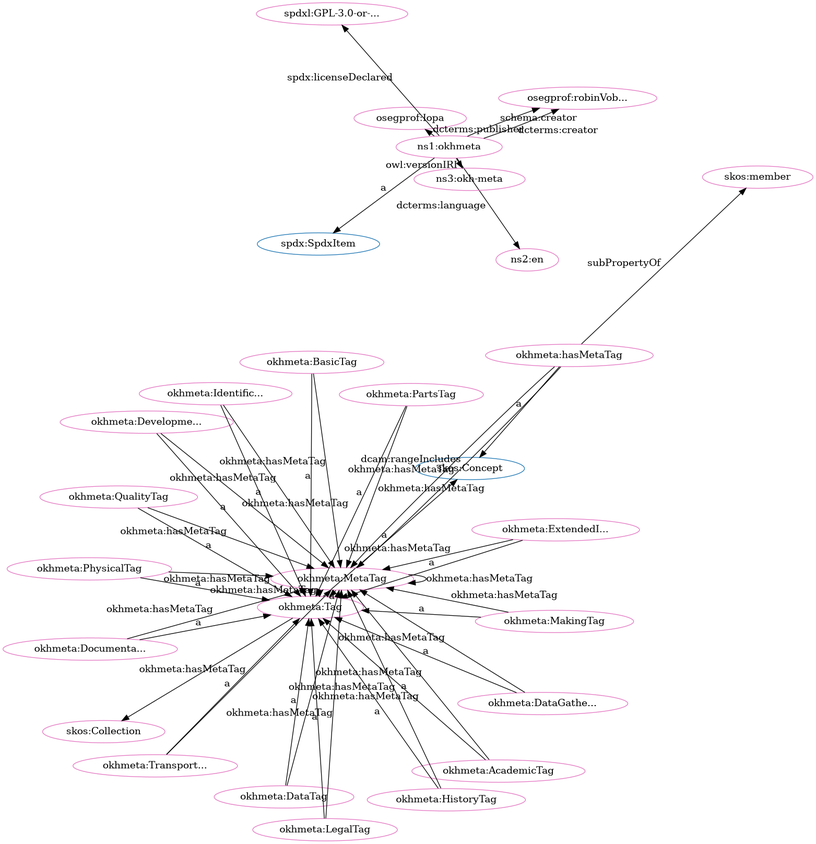
iop-alliance/OpenKnowHow keeps this Graphviz diagram as src/spec/fdp_okh-meta-clean.png. Above is the earlier version. Its source is kept beside it as src/spec/fdp_okh-meta-clean.dot.
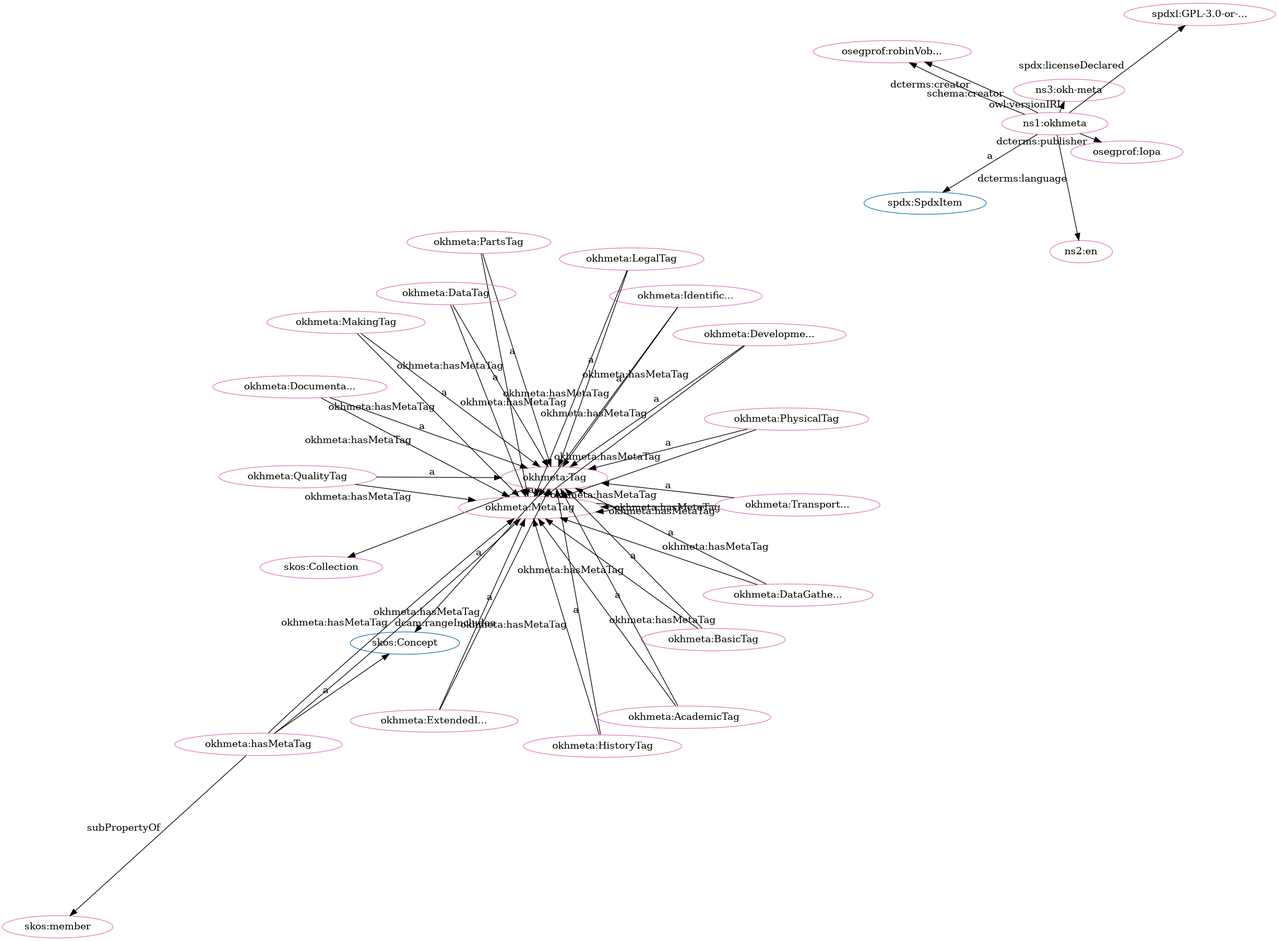
The same diagram one commit later.

The edit, as a diff of the source:
```diff
@@ -5,76 +5,76 @@
 "http://spdx.org/rdf/terms#SpdxItem" [fillcolor="#1f77b4" color="#1f77b4" label="spdx:SpdxItem"]
 "http://w3id.org/oseg/ont/okhmeta#Tag" [fillcolor="#1f77b4" color="#1f77b4" label="okhmeta:Tag"]
 "http://www.w3.org/2004/02/skos/core#Collection" [fillcolor="#1f77b4" color="#1f77b4" label="skos:Collection"]
+"http://www.w3.org/2004/02/skos/core#Collection" [fillcolor="#e377c2" color="#e377c2" label="skos:Collection"]
 "http://w3id.org/oseg/ont/okhmeta#MetaTag" [fillcolor="#e377c2" color="#e377c2" label="okhmeta:MetaTag"]
+"http://w3id.org/oseg/ont/okhmeta#HistoryTag" [fillcolor="#e377c2" color="#e377c2" label="okhmeta:HistoryTag"]
+"http://w3id.org/oseg/ont/okhmeta#hasMetaTag" [fillcolor="#e377c2" color="#e377c2" label="okhmeta:hasMetaTag"]
 "http://w3id.org/oseg/ont/okhmeta" [fillcolor="#e377c2" color="#e377c2" label="ns1:okhmeta"]
-"http://w3id.org/oseg/ont/okhmeta#hasMetaTag" [fillcolor="#e377c2" color="#e377c2" label="okhmeta:hasMetaTag"]
+"http://w3id.org/oseg/ont/okhmeta#MakingTag" [fillcolor="#e377c2" color="#e377c2" label="okhmeta:MakingTag"]
+"http://w3id.org/oseg/ont/okhmeta#PhysicalTag" [fillcolor="#e377c2" color="#e377c2" label="okhmeta:PhysicalTag"]
+"http://w3id.org/oseg/ont/okhmeta#PartsTag" [fillcolor="#e377c2" color="#e377c2" label="okhmeta:PartsTag"]
+"http://w3id.org/oseg/ont/okhmeta#QualityTag" [fillcolor="#e377c2" color="#e377c2" label="okhmeta:QualityTag"]
 "http://id.loc.gov/vocabulary/iso639-1/en" [fillcolor="#e377c2" color="#e377c2" label="ns2:en"]
+"http://w3id.org/oseg/ont/okhmeta#ExtendedInfoTag" [fillcolor="#e377c2" color="#e377c2" label="okhmeta:ExtendedI..."]
+"http://w3id.org/oseg/ont/okhmeta#IdentificationTag" [fillcolor="#e377c2" color="#e377c2" label="okhmeta:Identific..."]
+"http://w3id.org/oseg/ont/1.1.0/okh-meta" [fillcolor="#e377c2" color="#e377c2" label="ns3:okh-meta"]
+"http://w3id.org/oseg/ont/okhmeta#TransportationTag" [fillcolor="#e377c2" color="#e377c2" label="okhmeta:Transport..."]
+"http://w3id.org/oseg/ont/okhmeta#BasicTag" [fillcolor="#e377c2" color="#e377c2" label="okhmeta:BasicTag"]
 "http://w3id.org/oseg/ont/okhmeta#Tag" [fillcolor="#e377c2" color="#e377c2" label="okhmeta:Tag"]
+"http://w3id.org/oseg/ont/okhmeta#DocumentationTag" [fillcolor="#e377c2" color="#e377c2" label="okhmeta:Documenta..."]
+"http://w3id.org/oseg/ont/okhmeta#AcademicTag" [fillcolor="#e377c2" color="#e377c2" label="okhmeta:AcademicTag"]
+"http://spdx.org/licenses/GPL-3.0-or-later" [fillcolor="#e377c2" color="#e377c2" label="spdxl:GPL-3.0-or-..."]
+"http://w3id.org/oseg/ont/okhmeta#DataGatheringTag" [fillcolor="#e377c2" color="#e377c2" label="okhmeta:DataGathe..."]
+"http://w3id.org/oseg/ont/okhmeta#LegalTag" [fillcolor="#e377c2" color="#e377c2" label="okhmeta:LegalTag"]
+"http://w3id.org/oseg/ont/okhmeta#DataTag" [fillcolor="#e377c2" color="#e377c2" label="okhmeta:DataTag"]
+"http://w3id.org/oseg/ont/oseg-profiles#robinVobruba" [fillcolor="#e377c2" color="#e377c2" label="osegprof:robinVob..."]
 "http://w3id.org/oseg/ont/oseg-profiles#Iopa" [fillcolor="#e377c2" color="#e377c2" label="osegprof:Iopa"]
 "http://w3id.org/oseg/ont/okhmeta#DevelopmentTag" [fillcolor="#e377c2" color="#e377c2" label="okhmeta:Developme..."]
-"http://w3id.org/oseg/ont/okhmeta#PhysicalTag" [fillcolor="#e377c2" color="#e377c2" label="okhmeta:PhysicalTag"]
-"http://w3id.org/oseg/ont/okhmeta#AcademicTag" [fillcolor="#e377c2" color="#e377c2" label="okhmeta:AcademicTag"]
-"http://w3id.org/oseg/ont/okhmeta#TransportationTag" [fillcolor="#e377c2" color="#e377c2" label="okhmeta:Transport..."]
-"http://w3id.org/oseg/ont/oseg-profiles#robinVobruba" [fillcolor="#e377c2" color="#e377c2" label="osegprof:robinVob..."]
-"http://w3id.org/oseg/ont/okhmeta#DataTag" [fillcolor="#e377c2" color="#e377c2" label="okhmeta:DataTag"]
-"http://w3id.org/oseg/ont/okhmeta#MakingTag" [fillcolor="#e377c2" color="#e377c2" label="okhmeta:MakingTag"]
-"http://w3id.org/oseg/ont/okhmeta#IdentificationTag" [fillcolor="#e377c2" color="#e377c2" label="okhmeta:Identific..."]
 "http://www.w3.org/2004/02/skos/core#member" [fillcolor="#e377c2" color="#e377c2" label="skos:member"]
-"http://w3id.org/oseg/ont/okhmeta#DataGatheringTag" [fillcolor="#e377c2" color="#e377c2" label="okhmeta:DataGathe..."]
-"http://w3id.org/oseg/ont/okhmeta#QualityTag" [fillcolor="#e377c2" color="#e377c2" label="okhmeta:QualityTag"]
-"http://spdx.org/licenses/GPL-3.0-or-later" [fillcolor="#e377c2" color="#e377c2" label="spdxl:GPL-3.0-or-..."]
-"http://w3id.org/oseg/ont/okhmeta#HistoryTag" [fillcolor="#e377c2" color="#e377c2" label="okhmeta:HistoryTag"]
-"http://w3id.org/oseg/ont/okhmeta#LegalTag" [fillcolor="#e377c2" color="#e377c2" label="okhmeta:LegalTag"]
-"http://w3id.org/oseg/ont/okhmeta#ExtendedInfoTag" [fillcolor="#e377c2" color="#e377c2" label="okhmeta:ExtendedI..."]
-"http://w3id.org/oseg/ont/okhmeta#BasicTag" [fillcolor="#e377c2" color="#e377c2" label="okhmeta:BasicTag"]
-"http://w3id.org/oseg/ont/okhmeta#PartsTag" [fillcolor="#e377c2" color="#e377c2" label="okhmeta:PartsTag"]
-"http://www.w3.org/2004/02/skos/core#Collection" [fillcolor="#e377c2" color="#e377c2" label="skos:Collection"]
-"http://w3id.org/oseg/ont/okhmeta#DocumentationTag" [fillcolor="#e377c2" color="#e377c2" label="okhmeta:Documenta..."]
-"http://w3id.org/oseg/ont/1.1.0/okh-meta" [fillcolor="#e377c2" color="#e377c2" label="ns3:okh-meta"]
+  "http://w3id.org/oseg/ont/okhmeta#Tag" -> "http://www.w3.org/2004/02/skos/core#Collection" [label=""]
+  "http://w3id.org/oseg/ont/okhmeta#DocumentationTag" -> "http://w3id.org/oseg/ont/okhmeta#MetaTag" [label="okhmeta:hasMetaTag"]
+  "http://w3id.org/oseg/ont/okhmeta#HistoryTag" -> "http://w3id.org/oseg/ont/okhmeta#Tag" [label="a"]
+  "http://w3id.org/oseg/ont/okhmeta#QualityTag" -> "http://w3id.org/oseg/ont/okhmeta#MetaTag" [label="okhmeta:hasMetaTag"]
+  "http://w3id.org/oseg/ont/okhmeta#IdentificationTag" -> "http://w3id.org/oseg/ont/okhmeta#MetaTag" [label="okhmeta:hasMetaTag"]
+  "http://w3id.org/oseg/ont/okhmeta" -> "http://spdx.org/rdf/terms#SpdxItem" [label="a"]
+  "http://w3id.org/oseg/ont/okhmeta#Tag" -> "http://w3id.org/oseg/ont/okhmeta#MetaTag" [label="okhmeta:hasMetaTag"]
+  "http://w3id.org/oseg/ont/okhmeta#MetaTag" -> "http://w3id.org/oseg/ont/okhmeta#MetaTag" [label="okhmeta:hasMetaTag"]
+  "http://w3id.org/oseg/ont/okhmeta#BasicTag" -> "http://w3id.org/oseg/ont/okhmeta#MetaTag" [label="okhmeta:hasMetaTag"]
+  "http://w3id.org/oseg/ont/okhmeta#MakingTag" -> "http://w3id.org/oseg/ont/okhmeta#Tag" [label="a"]
+  "http://w3id.org/oseg/ont/okhmeta#QualityTag" -> "http://w3id.org/oseg/ont/okhmeta#Tag" [label="a"]
+  "http://w3id.org/oseg/ont/okhmeta#AcademicTag" -> "http://w3id.org/oseg/ont/okhmeta#MetaTag" [label="okhmeta:hasMetaTag"]
+  "http://w3id.org/oseg/ont/okhmeta#IdentificationTag" -> "http://w3id.org/oseg/ont/okhmeta#Tag" [label="a"]
   "http://w3id.org/oseg/ont/okhmeta#PartsTag" -> "http://w3id.org/oseg/ont/okhmeta#MetaTag" [label="okhmeta:hasMetaTag"]
   "http://w3id.org/oseg/ont/okhmeta#ExtendedInfoTag" -> "http://w3id.org/oseg/ont/okhmeta#MetaTag" [label="okhmeta:hasMetaTag"]
+  "http://w3id.org/oseg/ont/okhmeta#BasicTag" -> "http://w3id.org/oseg/ont/okhmeta#Tag" [label="a"]
+  "http://w3id.org/oseg/ont/okhmeta#Tag" -> "http://www.w3.org/2004/02/skos/core#Concept" [label="a"]
+  "http://w3id.org/oseg/ont/okhmeta#hasMetaTag" -> "http://w3id.org/oseg/ont/okhmeta#MetaTag" [label="okhmeta:hasMetaTag"]
+  "http://w3id.org/oseg/ont/okhmeta#AcademicTag" -> "http://w3id.org/oseg/ont/okhmeta#Tag" [label="a"]
+  "http://w3id.org/oseg/ont/okhmeta#DataGatheringTag" -> "http://w3id.org/oseg/ont/okhmeta#Tag" [label="a"]
+  "http://w3id.org/oseg/ont/okhmeta#hasMetaTag" -> "http://www.w3.org/2004/02/skos/core#member" [label="subPropertyOf"]
+  "http://w3id.org/oseg/ont/okhmeta#PhysicalTag" -> "http://w3id.org/oseg/ont/okhmeta#MetaTag" [label="okhmeta:hasMetaTag"]
+  "http://w3id.org/oseg/ont/okhmeta#DataTag" -> "http://w3id.org/oseg/ont/okhmeta#MetaTag" [label="okhmeta:hasMetaTag"]
+  "http://w3id.org/oseg/ont/okhmeta#hasMetaTag" -> "http://w3id.org/oseg/ont/okhmeta#MetaTag" [label="dcam:rangeIncludes"]
+  "http://w3id.org/oseg/ont/okhmeta#DataGatheringTag" -> "http://w3id.org/oseg/ont/okhmeta#MetaTag" [label="okhmeta:hasMetaTag"]
+  "http://w3id.org/oseg/ont/okhmeta#hasMetaTag" -> "http://www.w3.org/2004/02/skos/core#Concept" [label="a"]
+  "http://w3id.org/oseg/ont/okhmeta#HistoryTag" -> "http://w3id.org/oseg/ont/okhmeta#MetaTag" [label="okhmeta:hasMetaTag"]
+  "http://w3id.org/oseg/ont/okhmeta#PhysicalTag" -> "http://w3id.org/oseg/ont/okhmeta#Tag" [label="a"]
+  "http://w3id.org/oseg/ont/okhmeta#PartsTag" -> "http://w3id.org/oseg/ont/okhmeta#Tag" [label="a"]
   "http://w3id.org/oseg/ont/okhmeta" -> "http://id.loc.gov/vocabulary/iso639-1/en" [label="dcterms:language"]
-  "http://w3id.org/oseg/ont/okhmeta#hasMetaTag" -> "http://w3id.org/oseg/ont/okhmeta#MetaTag" [label="dcam:rangeIncludes"]
+  "http://w3id.org/oseg/ont/okhmeta#ExtendedInfoTag" -> "http://w3id.org/oseg/ont/okhmeta#Tag" [label="a"]
+  "http://w3id.org/oseg/ont/okhmeta#MakingTag" -> "http://w3id.org/oseg/ont/okhmeta#MetaTag" [label="okhmeta:hasMetaTag"]
+  "http://w3id.org/oseg/ont/okhmeta#LegalTag" -> "http://w3id.org/oseg/ont/okhmeta#MetaTag" [label="okhmeta:hasMetaTag"]
+  "http://w3id.org/oseg/ont/okhmeta" -> "http://w3id.org/oseg/ont/1.1.0/okh-meta" [label="owl:versionIRI"]
+  "http://w3id.org/oseg/ont/okhmeta#TransportationTag" -> "http://w3id.org/oseg/ont/okhmeta#Tag" [label="a"]
+  "http://w3id.org/oseg/ont/okhmeta#DevelopmentTag" -> "http://w3id.org/oseg/ont/okhmeta#MetaTag" [label="okhmeta:hasMetaTag"]
+  "http://w3id.org/oseg/ont/okhmeta#DocumentationTag" -> "http://w3id.org/oseg/ont/okhmeta#Tag" [label="a"]
+  "http://w3id.org/oseg/ont/okhmeta" -> "http://spdx.org/licenses/GPL-3.0-or-later" [label="spdx:licenseDeclared"]
+  "http://w3id.org/oseg/ont/okhmeta#LegalTag" -> "http://w3id.org/oseg/ont/okhmeta#Tag" [label="a"]
   "http://w3id.org/oseg/ont/okhmeta#DataTag" -> "http://w3id.org/oseg/ont/okhmeta#Tag" [label="a"]
-  "http://w3id.org/oseg/ont/okhmeta#MakingTag" -> "http://w3id.org/oseg/ont/okhmeta#Tag" [label="a"]
-  "http://w3id.org/oseg/ont/okhmeta#IdentificationTag" -> "http://w3id.org/oseg/ont/okhmeta#Tag" [label="a"]
-  "http://w3id.org/oseg/ont/okhmeta#DocumentationTag" -> "http://w3id.org/oseg/ont/okhmeta#MetaTag" [label="okhmeta:hasMetaTag"]
+  "http://w3id.org/oseg/ont/okhmeta" -> "http://w3id.org/oseg/ont/oseg-profiles#robinVobruba" [label="dcterms:creator"]
+  "http://w3id.org/oseg/ont/okhmeta#TransportationTag" -> "http://w3id.org/oseg/ont/okhmeta#MetaTag" [label="okhmeta:hasMetaTag"]
   "http://w3id.org/oseg/ont/okhmeta" -> "http://w3id.org/oseg/ont/oseg-profiles#robinVobruba" [label="schema:creator"]
-  "http://w3id.org/oseg/ont/okhmeta#IdentificationTag" -> "http://w3id.org/oseg/ont/okhmeta#MetaTag" [label="okhmeta:hasMetaTag"]
-  "http://w3id.org/oseg/ont/okhmeta#DataGatheringTag" -> "http://w3id.org/oseg/ont/okhmeta#Tag" [label="a"]
-  "http://w3id.org/oseg/ont/okhmeta#QualityTag" -> "http://w3id.org/oseg/ont/okhmeta#Tag" [label="a"]
-  "http://w3id.org/oseg/ont/okhmeta" -> "http://spdx.org/licenses/GPL-3.0-or-later" [label="spdx:licenseDeclared"]
-  "http://w3id.org/oseg/ont/okhmeta#DataTag" -> "http://w3id.org/oseg/ont/okhmeta#MetaTag" [label="okhmeta:hasMetaTag"]
-  "http://w3id.org/oseg/ont/okhmeta#LegalTag" -> "http://w3id.org/oseg/ont/okhmeta#Tag" [label="a"]
-  "http://w3id.org/oseg/ont/okhmeta#DataGatheringTag" -> "http://w3id.org/oseg/ont/okhmeta#MetaTag" [label="okhmeta:hasMetaTag"]
-  "http://w3id.org/oseg/ont/okhmeta#QualityTag" -> "http://w3id.org/oseg/ont/okhmeta#MetaTag" [label="okhmeta:hasMetaTag"]
-  "http://w3id.org/oseg/ont/okhmeta#LegalTag" -> "http://w3id.org/oseg/ont/okhmeta#MetaTag" [label="okhmeta:hasMetaTag"]
-  "http://w3id.org/oseg/ont/okhmeta#Tag" -> "http://www.w3.org/2004/02/skos/core#Collection" [label=""]
-  "http://w3id.org/oseg/ont/okhmeta" -> "http://w3id.org/oseg/ont/1.1.0/okh-meta" [label="owl:versionIRI"]
-  "http://w3id.org/oseg/ont/okhmeta#BasicTag" -> "http://w3id.org/oseg/ont/okhmeta#MetaTag" [label="okhmeta:hasMetaTag"]
-  "http://w3id.org/oseg/ont/okhmeta#hasMetaTag" -> "http://www.w3.org/2004/02/skos/core#Concept" [label="a"]
-  "http://w3id.org/oseg/ont/okhmeta#MakingTag" -> "http://w3id.org/oseg/ont/okhmeta#MetaTag" [label="okhmeta:hasMetaTag"]
-  "http://w3id.org/oseg/ont/okhmeta#Tag" -> "http://www.w3.org/2004/02/skos/core#Concept" [label="a"]
   "http://w3id.org/oseg/ont/okhmeta" -> "http://w3id.org/oseg/ont/oseg-profiles#Iopa" [label="dcterms:publisher"]
   "http://w3id.org/oseg/ont/okhmeta#DevelopmentTag" -> "http://w3id.org/oseg/ont/okhmeta#Tag" [label="a"]
-  "http://w3id.org/oseg/ont/okhmeta#hasMetaTag" -> "http://w3id.org/oseg/ont/okhmeta#MetaTag" [label="okhmeta:hasMetaTag"]
-  "http://w3id.org/oseg/ont/okhmeta#PhysicalTag" -> "http://w3id.org/oseg/ont/okhmeta#Tag" [label="a"]
-  "http://w3id.org/oseg/ont/okhmeta#AcademicTag" -> "http://w3id.org/oseg/ont/okhmeta#Tag" [label="a"]
-  "http://w3id.org/oseg/ont/okhmeta#TransportationTag" -> "http://w3id.org/oseg/ont/okhmeta#Tag" [label="a"]
-  "http://w3id.org/oseg/ont/okhmeta" -> "http://spdx.org/rdf/terms#SpdxItem" [label="a"]
-  "http://w3id.org/oseg/ont/okhmeta#DevelopmentTag" -> "http://w3id.org/oseg/ont/okhmeta#MetaTag" [label="okhmeta:hasMetaTag"]
-  "http://w3id.org/oseg/ont/okhmeta#PhysicalTag" -> "http://w3id.org/oseg/ont/okhmeta#MetaTag" [label="okhmeta:hasMetaTag"]
-  "http://w3id.org/oseg/ont/okhmeta" -> "http://w3id.org/oseg/ont/oseg-profiles#robinVobruba" [label="dcterms:creator"]
-  "http://w3id.org/oseg/ont/okhmeta#hasMetaTag" -> "http://www.w3.org/2004/02/skos/core#member" [label="subPropertyOf"]
-  "http://w3id.org/oseg/ont/okhmeta#TransportationTag" -> "http://w3id.org/oseg/ont/okhmeta#MetaTag" [label="okhmeta:hasMetaTag"]
   "http://w3id.org/oseg/ont/okhmeta#MetaTag" -> "http://w3id.org/oseg/ont/okhmeta#Tag" [label="a"]
-  "http://w3id.org/oseg/ont/okhmeta#HistoryTag" -> "http://w3id.org/oseg/ont/okhmeta#Tag" [label="a"]
-  "http://w3id.org/oseg/ont/okhmeta#Tag" -> "http://w3id.org/oseg/ont/okhmeta#MetaTag" [label="okhmeta:hasMetaTag"]
-  "http://w3id.org/oseg/ont/okhmeta#ExtendedInfoTag" -> "http://w3id.org/oseg/ont/okhmeta#Tag" [label="a"]
-  "http://w3id.org/oseg/ont/okhmeta#MetaTag" -> "http://w3id.org/oseg/ont/okhmeta#MetaTag" [label="okhmeta:hasMetaTag"]
-  "http://w3id.org/oseg/ont/okhmeta#AcademicTag" -> "http://w3id.org/oseg/ont/okhmeta#MetaTag" [label="okhmeta:hasMetaTag"]
-  "http://w3id.org/oseg/ont/okhmeta#BasicTag" -> "http://w3id.org/oseg/ont/okhmeta#Tag" [label="a"]
-  "http://w3id.org/oseg/ont/okhmeta#HistoryTag" -> "http://w3id.org/oseg/ont/okhmeta#MetaTag" [label="okhmeta:hasMetaTag"]
-  "http://w3id.org/oseg/ont/okhmeta#PartsTag" -> "http://w3id.org/oseg/ont/okhmeta#Tag" [label="a"]
-  "http://w3id.org/oseg/ont/okhmeta#DocumentationTag" -> "http://w3id.org/oseg/ont/okhmeta#Tag" [label="a"]
 }
```
